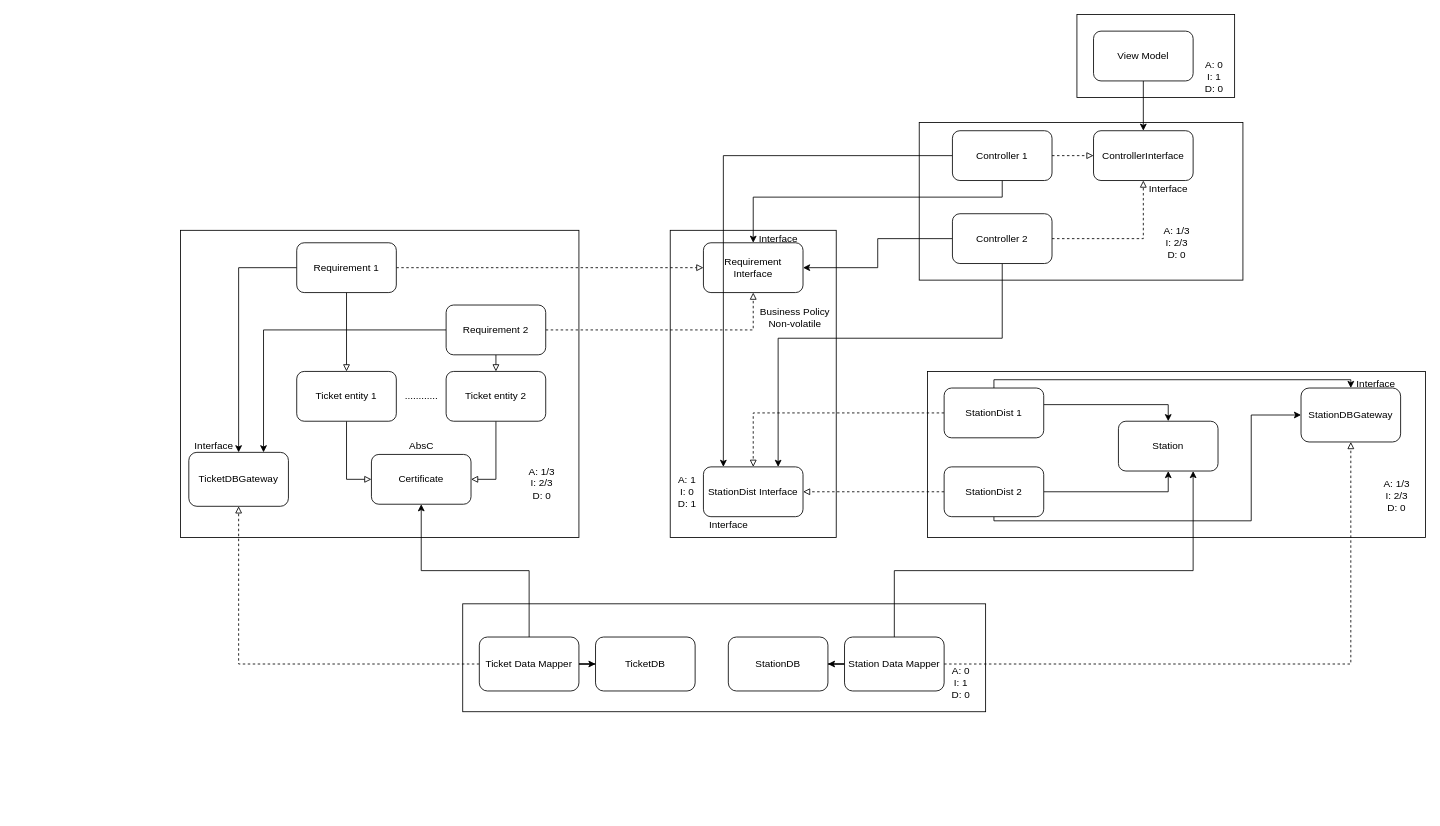
Earlier version of the draw.io diagram AFC.drawio (piapip/clean-architecture). Source tidied: cells renumbered, new cells numbered last; positions are measured from the earlier drawing's top-left corner, leaving out a move shared by most shapes. Both pictures are drawn from the tidied source at 83%, with x=0, y=0 at pixel (180, 14).
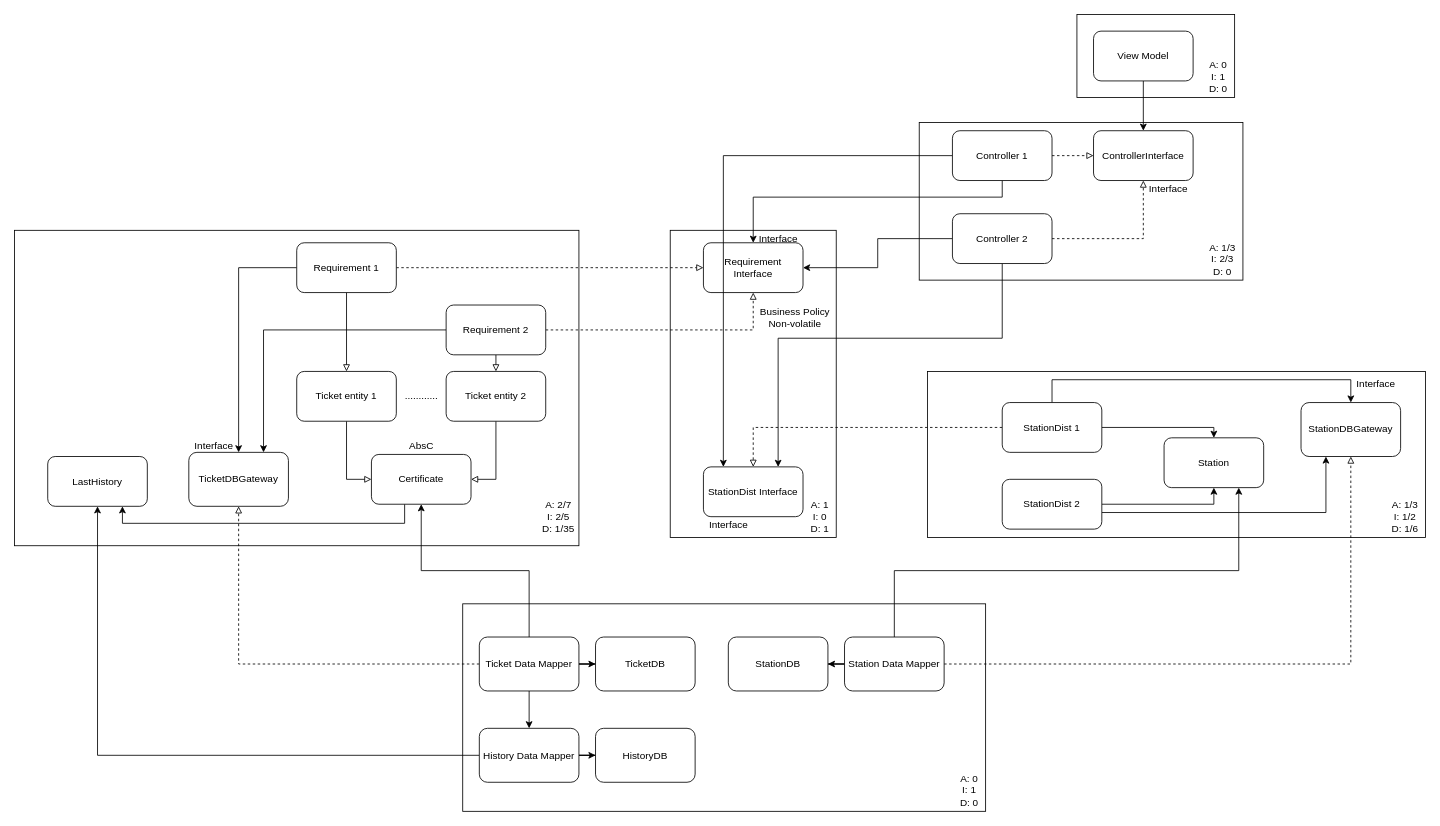
After the change.

Unchanged cells that the change refers to:
```xml
<mxCell id="5" value="Certificate" style="rounded=1;whiteSpace=wrap;html=1;" parent="1" vertex="1">
  <mxGeometry x="230" y="530" width="120" height="60" as="geometry" />
</mxCell>
<mxCell id="29" value="StationDist Interface" style="rounded=1;whiteSpace=wrap;html=1;" parent="1" vertex="1">
  <mxGeometry x="630" y="545" width="120" height="60" as="geometry" />
</mxCell>
<mxCell id="41" value="Station Data Mapper" style="rounded=1;whiteSpace=wrap;html=1;" parent="1" vertex="1">
  <mxGeometry x="800" y="750" width="120" height="65" as="geometry" />
</mxCell>
<mxCell id="47" value="Ticket Data Mapper" style="rounded=1;whiteSpace=wrap;html=1;" parent="1" vertex="1">
  <mxGeometry x="360" y="750" width="120" height="65" as="geometry" />
</mxCell>
```

The edit, as a diff of the source:
```diff
@@
     <mxCell id="4" style="rounded=0;whiteSpace=wrap;html=1;" parent="1" vertex="1">
-      <mxGeometry y="260" width="480" height="370" as="geometry" />
+      <mxGeometry x="-200" y="260" width="680" height="380" as="geometry" />
     </mxCell>
+    <mxCell id="70" style="edgeStyle=orthogonalEdgeStyle;rounded=0;jettySize=auto;html=1;entryX=0.75;entryY=1;entryDx=0;entryDy=0;" parent="1" edge="1" source="5" target="76">
+      <mxGeometry relative="1" as="geometry">
+        <Array as="points">
+          <mxPoint x="270" y="613" />
+          <mxPoint x="-70" y="613" />
+        </Array>
+      </mxGeometry>
+    </mxCell>
@@
+    <mxCell id="21" style="edgeStyle=orthogonalEdgeStyle;rounded=0;jettySize=auto;html=1;entryX=0.5;entryY=0;entryDx=0;entryDy=0;exitX=0.5;exitY=0;exitDx=0;exitDy=0;" parent="1" edge="1" source="22" target="42">
+      <mxGeometry relative="1" as="geometry">
+        <Array as="points">
+          <mxPoint x="1050" y="440" />
+          <mxPoint x="1410" y="440" />
+        </Array>
+      </mxGeometry>
+    </mxCell>
     <mxCell id="20" style="edgeStyle=orthogonalEdgeStyle;rounded=0;jettySize=auto;html=1;entryX=0.5;entryY=0;entryDx=0;entryDy=0;" parent="1" edge="1" source="22" target="69">
       <mxGeometry relative="1" as="geometry">
         <Array as="points">
-          <mxPoint x="1190" y="470" />
+          <mxPoint x="1245" y="498" />
         </Array>
       </mxGeometry>
     </mxCell>
-    <mxCell id="21" style="edgeStyle=orthogonalEdgeStyle;rounded=0;jettySize=auto;html=1;entryX=0.5;entryY=0;entryDx=0;entryDy=0;" parent="1" edge="1" source="22" target="42">
-      <mxGeometry relative="1" as="geometry">
-        <Array as="points">
-          <mxPoint x="980" y="440" />
-          <mxPoint x="1410" y="440" />
-        </Array>
-      </mxGeometry>
-    </mxCell>
     <mxCell id="22" value="StationDist 1" style="rounded=1;whiteSpace=wrap;html=1;" parent="1" vertex="1">
-      <mxGeometry x="920" y="450" width="120" height="60" as="geometry" />
+      <mxGeometry x="990" y="467.5" width="120" height="60" as="geometry" />
     </mxCell>
-    <mxCell id="23" style="edgeStyle=orthogonalEdgeStyle;rounded=0;jettySize=auto;html=1;dashed=1;endArrow=block;endFill=0;" parent="1" edge="1" source="26" target="29">
-      <mxGeometry relative="1" as="geometry" />
-    </mxCell>
@@
-    <mxCell id="25" style="edgeStyle=orthogonalEdgeStyle;rounded=0;jettySize=auto;html=1;entryX=0;entryY=0.5;entryDx=0;entryDy=0;" parent="1" edge="1" source="26" target="42">
+    <mxCell id="25" style="edgeStyle=orthogonalEdgeStyle;rounded=0;jettySize=auto;html=1;entryX=0.25;entryY=1;entryDx=0;entryDy=0;" parent="1" edge="1" source="26" target="42">
       <mxGeometry relative="1" as="geometry">
         <Array as="points">
-          <mxPoint x="980" y="610" />
-          <mxPoint x="1290" y="610" />
-          <mxPoint x="1290" y="483" />
+          <mxPoint x="1380" y="600" />
         </Array>
       </mxGeometry>
     </mxCell>
     <mxCell id="26" value="StationDist 2" style="rounded=1;whiteSpace=wrap;html=1;" parent="1" vertex="1">
-      <mxGeometry x="920" y="545" width="120" height="60" as="geometry" />
+      <mxGeometry x="990" y="560" width="120" height="60" as="geometry" />
     </mxCell>
@@
-    <mxCell id="31" value="A: 1/3&lt;br&gt;I: 2/3&lt;br&gt;D: 0" style="text;html=1;align=center;verticalAlign=middle;" parent="1" vertex="1">
-      <mxGeometry x="410" y="540" width="50" height="50" as="geometry" />
+    <mxCell id="31" value="A: 2/7&lt;br&gt;I: 2/5&lt;br&gt;D: 1/35" style="text;html=1;align=center;verticalAlign=middle;" parent="1" vertex="1">
+      <mxGeometry x="430" y="580" width="50" height="50" as="geometry" />
     </mxCell>
-    <mxCell id="32" value="A: 1/3&lt;br&gt;I: 2/3&lt;br&gt;D: 0" style="text;html=1;align=center;verticalAlign=middle;" parent="1" vertex="1">
-      <mxGeometry x="1440" y="555" width="50" height="50" as="geometry" />
+    <mxCell id="32" value="A: 1/3&lt;br&gt;I: 1/2&lt;br&gt;D: 1/6" style="text;html=1;align=center;verticalAlign=middle;" parent="1" vertex="1">
+      <mxGeometry x="1450" y="580" width="50" height="50" as="geometry" />
     </mxCell>
     <mxCell id="33" value="A: 1&lt;br&gt;I: 0&lt;br&gt;D: 1" style="text;html=1;align=center;verticalAlign=middle;" parent="1" vertex="1">
-      <mxGeometry x="590" y="550" width="40" height="50" as="geometry" />
+      <mxGeometry x="750" y="580" width="40" height="50" as="geometry" />
     </mxCell>
@@
     <mxCell id="37" style="rounded=0;whiteSpace=wrap;html=1;" parent="1" vertex="1">
-      <mxGeometry x="340" y="710" width="630" height="130" as="geometry" />
+      <mxGeometry x="340" y="710" width="630" height="250" as="geometry" />
     </mxCell>
@@
     <mxCell id="40" style="edgeStyle=orthogonalEdgeStyle;rounded=0;jettySize=auto;html=1;entryX=0.75;entryY=1;entryDx=0;entryDy=0;" parent="1" edge="1" source="41" target="69">
       <mxGeometry relative="1" as="geometry">
         <Array as="points">
           <mxPoint x="860" y="670" />
-          <mxPoint x="1220" y="670" />
+          <mxPoint x="1275" y="670" />
         </Array>
       </mxGeometry>
     </mxCell>
@@
     <mxCell id="42" value="StationDBGateway" style="rounded=1;whiteSpace=wrap;html=1;" parent="1" vertex="1">
-      <mxGeometry x="1350" y="450" width="120" height="65" as="geometry" />
+      <mxGeometry x="1350" y="467.5" width="120" height="65" as="geometry" />
     </mxCell>
@@
+    <mxCell id="71" style="edgeStyle=orthogonalEdgeStyle;rounded=0;jettySize=auto;html=1;entryX=0.5;entryY=0;entryDx=0;entryDy=0;" parent="1" edge="1" source="47" target="74">
+      <mxGeometry relative="1" as="geometry" />
+    </mxCell>
@@
     <mxCell id="50" value="A: 0&lt;br&gt;I: 1&lt;br&gt;D: 0" style="text;html=1;align=center;verticalAlign=middle;" parent="1" vertex="1">
-      <mxGeometry x="920" y="780" width="40" height="50" as="geometry" />
+      <mxGeometry x="930" y="910" width="40" height="50" as="geometry" />
     </mxCell>
@@
     <mxCell id="60" value="A: 1/3&lt;br&gt;I: 2/3&lt;br&gt;D: 0" style="text;html=1;align=center;verticalAlign=middle;" parent="1" vertex="1">
-      <mxGeometry x="1175" y="250" width="50" height="50" as="geometry" />
+      <mxGeometry x="1230" y="270" width="50" height="50" as="geometry" />
     </mxCell>
@@
     <mxCell id="66" value="A: 0&lt;br&gt;I: 1&lt;br&gt;D: 0" style="text;html=1;align=center;verticalAlign=middle;" parent="1" vertex="1">
-      <mxGeometry x="1225" y="50" width="40" height="50" as="geometry" />
+      <mxGeometry x="1230" y="50" width="40" height="50" as="geometry" />
     </mxCell>
@@
     <mxCell id="69" value="Station" style="rounded=1;whiteSpace=wrap;html=1;" parent="1" vertex="1">
-      <mxGeometry x="1130" y="490" width="120" height="60" as="geometry" />
+      <mxGeometry x="1185" y="510" width="120" height="60" as="geometry" />
     </mxCell>
+    <mxCell id="72" style="edgeStyle=orthogonalEdgeStyle;rounded=0;jettySize=auto;html=1;" parent="1" edge="1" source="74" target="75">
+      <mxGeometry relative="1" as="geometry" />
+    </mxCell>
+    <mxCell id="73" style="edgeStyle=orthogonalEdgeStyle;rounded=0;jettySize=auto;html=1;" parent="1" edge="1" source="74" target="76">
+      <mxGeometry relative="1" as="geometry" />
+    </mxCell>
+    <mxCell id="74" value="History Data Mapper" style="rounded=1;whiteSpace=wrap;html=1;" parent="1" vertex="1">
+      <mxGeometry x="360" y="860" width="120" height="65" as="geometry" />
+    </mxCell>
+    <mxCell id="75" value="HistoryDB" style="rounded=1;whiteSpace=wrap;html=1;" parent="1" vertex="1">
+      <mxGeometry x="500" y="860" width="120" height="65" as="geometry" />
+    </mxCell>
+    <mxCell id="76" value="LastHistory" style="rounded=1;whiteSpace=wrap;html=1;" parent="1" vertex="1">
+      <mxGeometry x="-160" y="532.5" width="120" height="60" as="geometry" />
+    </mxCell>
```
